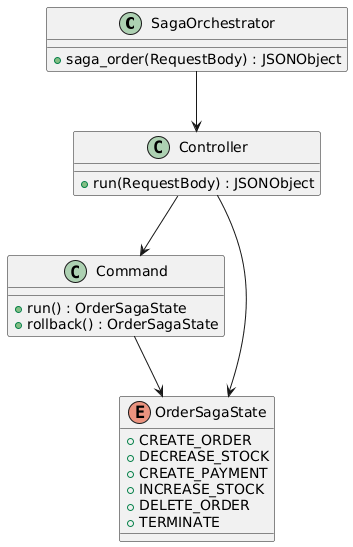
guteacher/log430-labo6-saga-orchestrator keeps this PlantUML diagram as docs/arc42/class.png. Above is the earlier version. Its diagram source:
```plantuml
@startuml
class SagaOrchestrator {
        + saga_order(RequestBody) : JSONObject
    }

    class Controller {
        + run(RequestBody) : JSONObject
    }

    class Command {
        + run() : OrderSagaState
        + rollback() : OrderSagaState
    }

    enum OrderSagaState {
        + CREATE_ORDER
        + DECREASE_STOCK
        + CREATE_PAYMENT
        + INCREASE_STOCK
        + DELETE_ORDER
        + TERMINATE
    }

    SagaOrchestrator --> Controller
    Controller --> Command
    Controller--> OrderSagaState
    Command --> OrderSagaState
@enduml
```
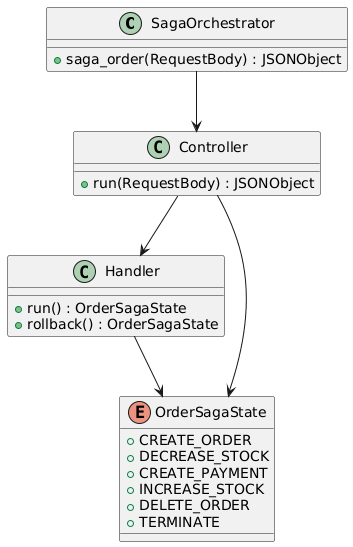
Later version of the same file.

What changed in the source:
```diff
@@ -7,7 +7,7 @@
         + run(RequestBody) : JSONObject
     }
 
-    class Command {
+    class Handler {
         + run() : OrderSagaState
         + rollback() : OrderSagaState
     }
@@ -22,7 +22,7 @@
     }
 
     SagaOrchestrator --> Controller
-    Controller --> Command
+    Controller --> Handler
     Controller--> OrderSagaState
-    Command --> OrderSagaState
+    Handler --> OrderSagaState
 @enduml
```
